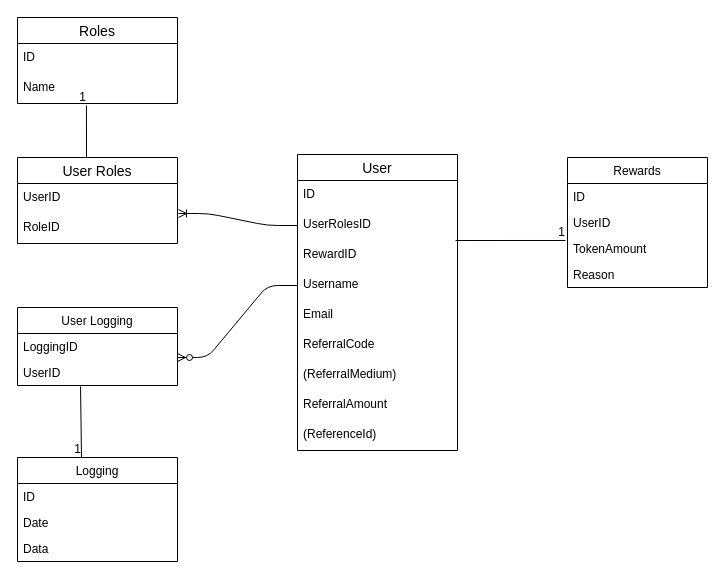
Above: docs/images/dbase.drawio in minima-global/incentivecash (draw.io), before the change. Source tidied: cells renumbered, new cells numbered last; positions are measured from the earlier drawing's top-left corner, leaving out a move shared by most shapes. Both pictures are drawn from the tidied source at 100%, with x=0, y=0 at pixel (17, 17).
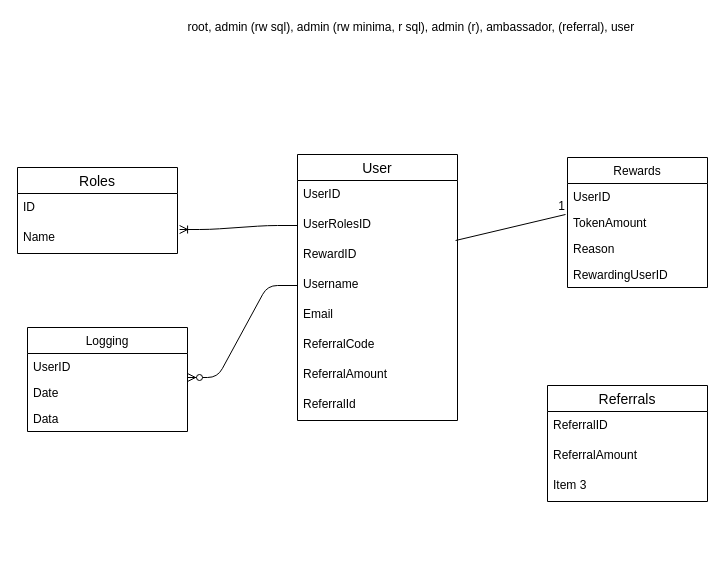
Above is the later version.

The change refers to these unchanged cells:
```xml
<mxCell id="4" value="UserRolesID" style="text;strokeColor=none;fillColor=none;spacingLeft=4;spacingRight=4;overflow=hidden;points=[[0,0.5],[1,0.5]];portConstraint=eastwest;fontSize=12;" parent="2" vertex="1">
  <mxGeometry y="56" width="160" height="30" as="geometry" />
</mxCell>
<mxCell id="6" value="Username" style="text;strokeColor=none;fillColor=none;spacingLeft=4;spacingRight=4;overflow=hidden;points=[[0,0.5],[1,0.5]];portConstraint=eastwest;fontSize=12;" parent="2" vertex="1">
  <mxGeometry y="116" width="160" height="30" as="geometry" />
</mxCell>
<mxCell id="14" value="Name" style="text;strokeColor=none;fillColor=none;spacingLeft=4;spacingRight=4;overflow=hidden;points=[[0,0.5],[1,0.5]];portConstraint=eastwest;fontSize=12;" parent="12" vertex="1">
  <mxGeometry y="56" width="160" height="30" as="geometry" />
</mxCell>
<mxCell id="15" value="Rewards" style="swimlane;fontStyle=0;horizontal=1;startSize=26;fillColor=none;" parent="1" vertex="1">
  <mxGeometry x="550" y="140" width="140" height="130" as="geometry" />
</mxCell>
<mxCell id="22" value="Date" style="text;strokeColor=none;fillColor=none;align=left;verticalAlign=top;spacingLeft=4;spacingRight=4;overflow=hidden;points=[[0,0.5],[1,0.5]];portConstraint=eastwest;" parent="20" vertex="1">
  <mxGeometry y="52" width="160" height="26" as="geometry" />
</mxCell>
```

Change to the diagram source:
```diff
@@
     <mxCell id="2" value="User" style="swimlane;fontStyle=0;horizontal=1;startSize=26;align=center;fontSize=14;" parent="1" vertex="1">
-      <mxGeometry x="280" y="137" width="160" height="296" as="geometry" />
+      <mxGeometry x="280" y="137" width="160" height="266" as="geometry" />
     </mxCell>
-    <mxCell id="3" value="ID" style="text;strokeColor=none;fillColor=none;spacingLeft=4;spacingRight=4;overflow=hidden;fontSize=12;" parent="2" vertex="1">
+    <mxCell id="3" value="UserID" style="text;strokeColor=none;fillColor=none;spacingLeft=4;spacingRight=4;overflow=hidden;fontSize=12;" parent="2" vertex="1">
       <mxGeometry y="26" width="160" height="30" as="geometry" />
     </mxCell>
@@
-    <mxCell id="9" value="(ReferralMedium)" style="text;strokeColor=none;fillColor=none;spacingLeft=4;spacingRight=4;overflow=hidden;fontSize=12;" parent="2" vertex="1">
-      <mxGeometry y="206" width="160" height="30" as="geometry" />
-    </mxCell>
     <mxCell id="10" value="ReferralAmount" style="text;strokeColor=none;fillColor=none;spacingLeft=4;spacingRight=4;overflow=hidden;fontSize=12;" parent="2" vertex="1">
-      <mxGeometry y="236" width="160" height="30" as="geometry" />
+      <mxGeometry y="206" width="160" height="30" as="geometry" />
     </mxCell>
-    <mxCell id="11" value="(ReferenceId)&#10;" style="text;strokeColor=none;fillColor=none;spacingLeft=4;spacingRight=4;overflow=hidden;fontSize=12;" parent="2" vertex="1">
-      <mxGeometry y="266" width="160" height="30" as="geometry" />
+    <mxCell id="11" value="ReferralId" style="text;strokeColor=none;fillColor=none;spacingLeft=4;spacingRight=4;overflow=hidden;fontSize=12;" parent="2" vertex="1">
+      <mxGeometry y="236" width="160" height="30" as="geometry" />
     </mxCell>
     <mxCell id="12" value="Roles" style="swimlane;fontStyle=0;horizontal=1;startSize=26;align=center;fontSize=14;" parent="1" vertex="1">
-      <mxGeometry width="160" height="86" as="geometry" />
+      <mxGeometry y="150" width="160" height="86" as="geometry" />
     </mxCell>
@@
-    <mxCell id="16" value="ID" style="text;strokeColor=none;fillColor=none;align=left;verticalAlign=top;spacingLeft=4;spacingRight=4;overflow=hidden;" parent="15" vertex="1">
-      <mxGeometry y="26" width="140" height="26" as="geometry" />
-    </mxCell>
     <mxCell id="17" value="UserID" style="text;strokeColor=none;fillColor=none;align=left;verticalAlign=top;spacingLeft=4;spacingRight=4;overflow=hidden;" parent="15" vertex="1">
-      <mxGeometry y="52" width="140" height="26" as="geometry" />
+      <mxGeometry y="26" width="140" height="26" as="geometry" />
     </mxCell>
     <mxCell id="18" value="TokenAmount" style="text;strokeColor=none;fillColor=none;align=left;verticalAlign=top;spacingLeft=4;spacingRight=4;overflow=hidden;points=[[0,0.5],[1,0.5]];portConstraint=eastwest;" parent="15" vertex="1">
-      <mxGeometry y="78" width="140" height="26" as="geometry" />
+      <mxGeometry y="52" width="140" height="26" as="geometry" />
     </mxCell>
     <mxCell id="19" value="Reason" style="text;strokeColor=none;fillColor=none;align=left;verticalAlign=top;spacingLeft=4;spacingRight=4;overflow=hidden;" parent="15" vertex="1">
-      <mxGeometry y="104" width="140" height="26" as="geometry" />
+      <mxGeometry y="78" width="140" height="26" as="geometry" />
     </mxCell>
+    <mxCell id="38" value="RewardingUserID" style="text;strokeColor=none;fillColor=none;align=left;verticalAlign=top;spacingLeft=4;spacingRight=4;overflow=hidden;" parent="15" vertex="1">
+      <mxGeometry y="104" width="140" height="26" as="geometry" />
+    </mxCell>
     <mxCell id="20" value="Logging" style="swimlane;fontStyle=0;horizontal=1;startSize=26;fillColor=none;" parent="1" vertex="1">
-      <mxGeometry y="440" width="160" height="104" as="geometry" />
+      <mxGeometry x="10" y="310" width="160" height="104" as="geometry" />
     </mxCell>
-    <mxCell id="21" value="ID" style="text;strokeColor=none;fillColor=none;align=left;verticalAlign=top;spacingLeft=4;spacingRight=4;overflow=hidden;" parent="20" vertex="1">
+    <mxCell id="21" value="UserID" style="text;strokeColor=none;fillColor=none;align=left;verticalAlign=top;spacingLeft=4;spacingRight=4;overflow=hidden;" parent="20" vertex="1">
       <mxGeometry y="26" width="160" height="26" as="geometry" />
     </mxCell>
@@
-    <mxCell id="24" value="User Roles" style="swimlane;fontStyle=0;horizontal=1;startSize=26;align=center;fontSize=14;" parent="1" vertex="1">
-      <mxGeometry y="140" width="160" height="86" as="geometry" />
-    </mxCell>
-    <mxCell id="25" value="UserID" style="text;strokeColor=none;fillColor=none;spacingLeft=4;spacingRight=4;overflow=hidden;fontSize=12;" parent="24" vertex="1">
-      <mxGeometry y="26" width="160" height="30" as="geometry" />
-    </mxCell>
-    <mxCell id="26" value="RoleID" style="text;strokeColor=none;fillColor=none;spacingLeft=4;spacingRight=4;overflow=hidden;points=[[0,0.5],[1,0.5]];portConstraint=eastwest;fontSize=12;" parent="24" vertex="1">
-      <mxGeometry y="56" width="160" height="30" as="geometry" />
-    </mxCell>
-    <mxCell id="27" value="User Logging" style="swimlane;fontStyle=0;horizontal=1;startSize=26;fillColor=none;" parent="1" vertex="1">
-      <mxGeometry y="290" width="160" height="78" as="geometry" />
-    </mxCell>
-    <mxCell id="28" value="LoggingID" style="text;strokeColor=none;fillColor=none;align=left;verticalAlign=top;spacingLeft=4;spacingRight=4;overflow=hidden;points=[[0,0.5],[1,0.5]];portConstraint=eastwest;" parent="27" vertex="1">
-      <mxGeometry y="26" width="160" height="26" as="geometry" />
-    </mxCell>
-    <mxCell id="29" value="UserID" style="text;strokeColor=none;fillColor=none;align=left;verticalAlign=top;spacingLeft=4;spacingRight=4;overflow=hidden;points=[[0,0.5],[1,0.5]];portConstraint=eastwest;" parent="27" vertex="1">
-      <mxGeometry y="52" width="160" height="26" as="geometry" />
-    </mxCell>
-    <mxCell id="30" style="edgeStyle=entityRelationEdgeStyle;fontSize=12;html=1;endArrow=ERoneToMany;entryX=1.006;entryY=0;entryDx=0;entryDy=0;entryPerimeter=0;exitX=0;exitY=0.5;exitDx=0;exitDy=0;" parent="1" edge="1" source="4" target="26">
+    <mxCell id="30" style="edgeStyle=entityRelationEdgeStyle;fontSize=12;html=1;endArrow=ERoneToMany;entryX=1.013;entryY=0.2;entryDx=0;entryDy=0;entryPerimeter=0;exitX=0;exitY=0.5;exitDx=0;exitDy=0;" parent="1" edge="1" source="4" target="14">
       <mxGeometry relative="1" as="geometry" />
     </mxCell>
-    <mxCell id="31" style="edgeStyle=entityRelationEdgeStyle;fontSize=12;html=1;endArrow=ERzeroToMany;endFill=1;entryX=1;entryY=0.923;entryDx=0;entryDy=0;entryPerimeter=0;exitX=0;exitY=0.5;exitDx=0;exitDy=0;" parent="1" edge="1" source="6" target="28">
+    <mxCell id="31" style="edgeStyle=entityRelationEdgeStyle;fontSize=12;html=1;endArrow=ERzeroToMany;endFill=1;entryX=1;entryY=-0.077;entryDx=0;entryDy=0;entryPerimeter=0;exitX=0;exitY=0.5;exitDx=0;exitDy=0;" parent="1" edge="1" source="6" target="22">
       <mxGeometry relative="1" as="geometry" />
     </mxCell>
-    <mxCell id="32" style="endArrow=none;html=1;rounded=0;exitX=0.394;exitY=1.038;exitDx=0;exitDy=0;exitPerimeter=0;entryX=0.4;entryY=0;entryDx=0;entryDy=0;entryPerimeter=0;" parent="1" edge="1" source="29" target="20">
-      <mxGeometry relative="1" as="geometry" />
-    </mxCell>
-    <mxCell id="33" value="1" style="html=1;align=right;verticalAlign=bottom;" parent="32" vertex="1">
-      <mxGeometry x="1" relative="1" as="geometry" />
-    </mxCell>
-    <mxCell id="34" style="endArrow=none;html=1;rounded=0;entryX=0.431;entryY=1.067;entryDx=0;entryDy=0;entryPerimeter=0;" parent="1" edge="1" target="14">
-      <mxGeometry relative="1" as="geometry">
-        <mxPoint x="69" y="140" as="sourcePoint" />
-      </mxGeometry>
-    </mxCell>
-    <mxCell id="35" value="1" style="html=1;align=right;verticalAlign=bottom;" parent="34" vertex="1">
-      <mxGeometry x="1" relative="1" as="geometry" />
-    </mxCell>
@@
+    <mxCell id="39" value="root, admin (rw sql), admin (rw minima, r sql), admin (r), ambassador, (referral), user&amp;nbsp;" style="text;html=1;align=center;verticalAlign=middle;" parent="1" vertex="1">
+      <mxGeometry x="160" width="470" height="20" as="geometry" />
+    </mxCell>
+    <mxCell id="40" value="Referrals" style="swimlane;fontStyle=0;horizontal=1;startSize=26;align=center;fontSize=14;" parent="1" vertex="1">
+      <mxGeometry x="530" y="368" width="160" height="116" as="geometry" />
+    </mxCell>
+    <mxCell id="41" value="ReferralID" style="text;strokeColor=none;fillColor=none;spacingLeft=4;spacingRight=4;overflow=hidden;fontSize=12;" parent="40" vertex="1">
+      <mxGeometry y="26" width="160" height="30" as="geometry" />
+    </mxCell>
+    <mxCell id="42" value="ReferralAmount" style="text;strokeColor=none;fillColor=none;spacingLeft=4;spacingRight=4;overflow=hidden;fontSize=12;" parent="40" vertex="1">
+      <mxGeometry y="56" width="160" height="30" as="geometry" />
+    </mxCell>
+    <mxCell id="43" value="Item 3" style="text;strokeColor=none;fillColor=none;spacingLeft=4;spacingRight=4;overflow=hidden;fontSize=12;" parent="40" vertex="1">
+      <mxGeometry y="86" width="160" height="30" as="geometry" />
+    </mxCell>
```
